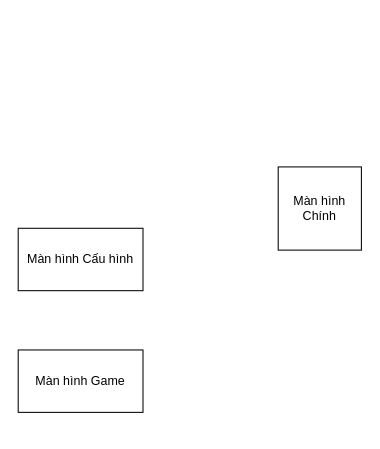
reality8080/PyGame-Caro-Demo keeps this draw.io diagram as AI_PyGame.drawio. Above is the earlier version. Source tidied: cells renumbered, new cells numbered last; positions are measured from the earlier drawing's top-left corner, leaving out a move shared by most shapes. Both pictures are drawn from the tidied source at 104%, with x=0, y=0 at pixel (18, 166).
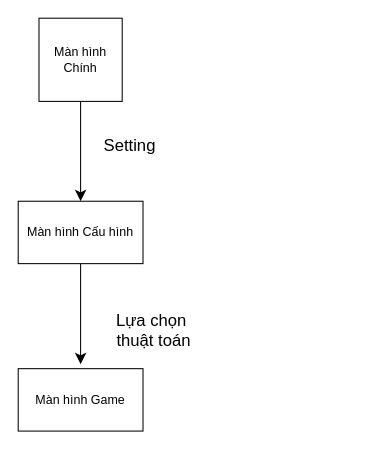
After the change.

Change to the diagram source:
```diff
@@
 <mxGraphModel>
   <root>
     <mxCell id="0" />
     <mxCell id="1" parent="0" />
     <mxCell id="2" value="Màn hình Chính" style="whiteSpace=wrap;html=1;" parent="1" vertex="1">
-      <mxGeometry x="250" width="80" height="80" as="geometry" />
+      <mxGeometry x="20" y="-143" width="80" height="80" as="geometry" />
     </mxCell>
     <mxCell id="3" value="Màn hình Game" style="rounded=0;whiteSpace=wrap;html=1;" parent="1" vertex="1">
-      <mxGeometry y="176" width="120" height="60" as="geometry" />
+      <mxGeometry y="194" width="120" height="60" as="geometry" />
     </mxCell>
     <mxCell id="4" value="Màn hình Cấu hình" style="rounded=0;whiteSpace=wrap;html=1;" parent="1" vertex="1">
-      <mxGeometry y="59" width="120" height="60" as="geometry" />
+      <mxGeometry y="33" width="120" height="60" as="geometry" />
     </mxCell>
+    <mxCell id="5" style="endArrow=classic;html=1;rounded=0;fontSize=12;startSize=8;endSize=8;curved=1;exitX=0.5;exitY=1;exitDx=0;exitDy=0;" parent="1" edge="1" source="2" target="4">
+      <mxGeometry relative="1" as="geometry" />
+    </mxCell>
+    <mxCell id="6" value="Setting" style="text;html=1;align=center;verticalAlign=middle;strokeColor=none;fillColor=none;fontSize=16;" parent="1" vertex="1">
+      <mxGeometry x="73" y="-37" width="68" height="31" as="geometry" />
+    </mxCell>
+    <mxCell id="7" style="endArrow=classic;html=1;rounded=0;fontSize=12;startSize=8;endSize=8;curved=1;" parent="1" edge="1" source="4">
+      <mxGeometry relative="1" as="geometry">
+        <mxPoint x="60" y="189.7" as="targetPoint" />
+      </mxGeometry>
+    </mxCell>
+    <mxCell id="8" value="Lựa chọn&amp;nbsp;&lt;div&gt;thuật toán&lt;/div&gt;" style="text;html=1;align=center;verticalAlign=middle;strokeColor=none;fillColor=none;fontSize=16;" parent="1" vertex="1">
+      <mxGeometry x="85" y="132" width="90" height="50" as="geometry" />
+    </mxCell>
   </root>
 </mxGraphModel>
```
